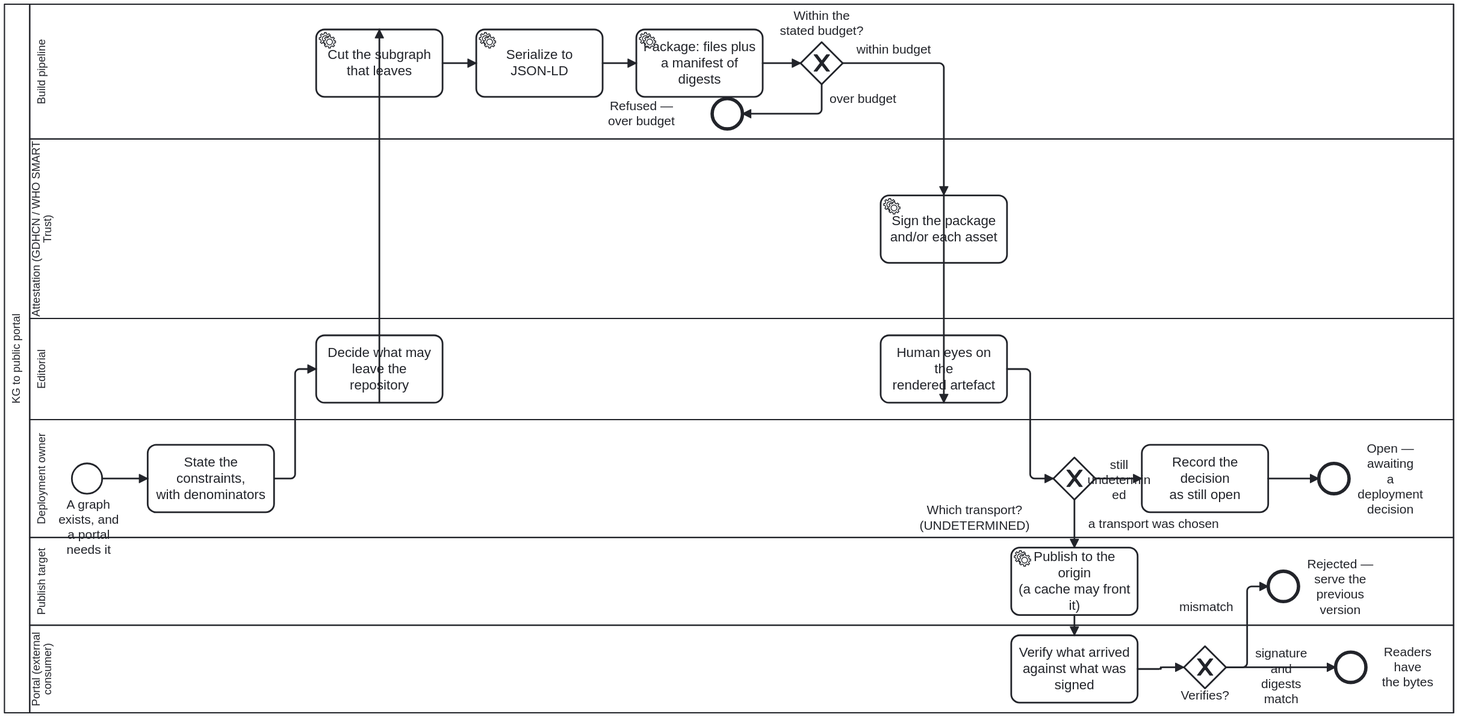
Above: docs/assets/img/workflows/kg-to-portal.svg in litlfred/cat-harness (BPMN), before the change. Its source is kept beside it as processes/kg/kg-to-portal.bpmn. Ids are renumbered.
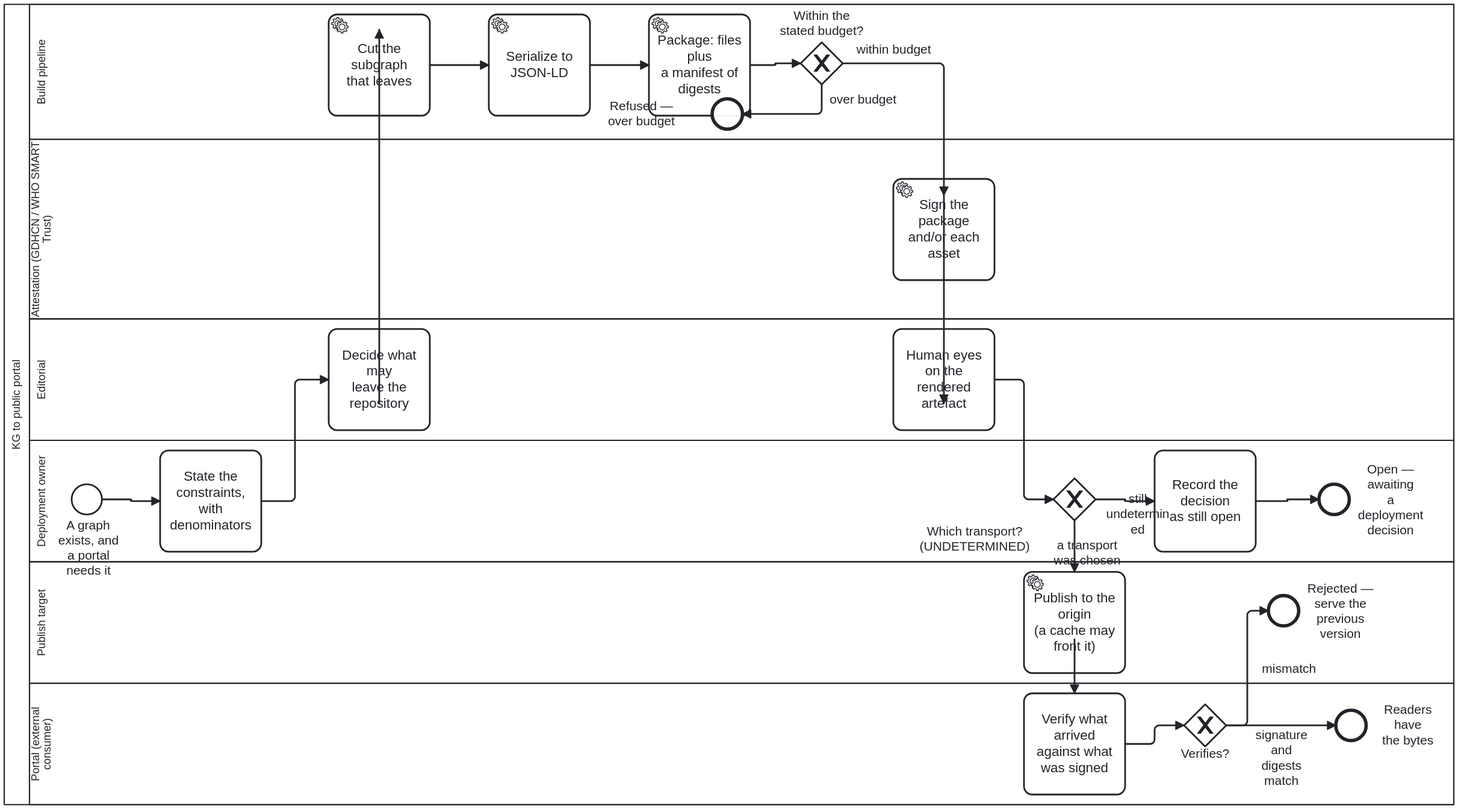
Above is the later version.

Diff of the diagram source:
```diff
@@ -244,54 +244,67 @@
   </bpmn:process>
   <bpmndi:BPMNDiagram id="BPMNDiagram_KgToPortal">
     <bpmndi:BPMNPlane id="BPMNPlane_KgToPortal" bpmnElement="Collaboration_KgToPortal">
-      <bpmndi:BPMNShape id="Participant_KgToPortal_di" bpmnElement="Participant_KgToPortal" isHorizontal="true"><dc:Bounds x="120" y="60" width="1720" height="841" /></bpmndi:BPMNShape>
-      <bpmndi:BPMNShape id="Lane_Editorial_di" bpmnElement="Lane_Editorial" isHorizontal="true"><dc:Bounds x="150" y="433" width="1690" height="120" /></bpmndi:BPMNShape>
-      <bpmndi:BPMNShape id="Lane_Deployment_di" bpmnElement="Lane_Deployment" isHorizontal="true"><dc:Bounds x="150" y="553" width="1690" height="140" /></bpmndi:BPMNShape>
+      <bpmndi:BPMNShape id="Participant_KgToPortal_di" bpmnElement="Participant_KgToPortal" isHorizontal="true"><dc:Bounds x="120" y="60" width="1720" height="949" /></bpmndi:BPMNShape>
+      <bpmndi:BPMNShape id="Lane_Editorial_di" bpmnElement="Lane_Editorial" isHorizontal="true"><dc:Bounds x="150" y="433" width="1690" height="144" /></bpmndi:BPMNShape>
+      <bpmndi:BPMNShape id="Lane_Deployment_di" bpmnElement="Lane_Deployment" isHorizontal="true"><dc:Bounds x="150" y="577" width="1690" height="144" /></bpmndi:BPMNShape>
       <bpmndi:BPMNShape id="Lane_Pipeline_di" bpmnElement="Lane_Pipeline" isHorizontal="true"><dc:Bounds x="150" y="60" width="1690" height="160" /></bpmndi:BPMNShape>
       <bpmndi:BPMNShape id="Lane_Attestation_di" bpmnElement="Lane_Attestation" isHorizontal="true"><dc:Bounds x="150" y="220" width="1690" height="213" /></bpmndi:BPMNShape>
-      <bpmndi:BPMNShape id="Lane_Target_di" bpmnElement="Lane_Target" isHorizontal="true"><dc:Bounds x="150" y="693" width="1690" height="104" /></bpmndi:BPMNShape>
-      <bpmndi:BPMNShape id="Lane_Portal_di" bpmnElement="Lane_Portal" isHorizontal="true"><dc:Bounds x="150" y="797" width="1690" height="104" /></bpmndi:BPMNShape>
-      <bpmndi:BPMNShape id="Start_Graph_di" bpmnElement="Start_Graph"><dc:Bounds x="200" y="605" width="36" height="36" /><bpmndi:BPMNLabel><dc:Bounds x="180" y="645" width="80" height="27" /></bpmndi:BPMNLabel></bpmndi:BPMNShape>
-      <bpmndi:BPMNShape id="D_Constraints_di" bpmnElement="D_Constraints"><dc:Bounds x="290" y="583" width="150" height="80" /></bpmndi:BPMNShape>
-      <bpmndi:BPMNShape id="E_Scope_di" bpmnElement="E_Scope"><dc:Bounds x="490" y="453" width="150" height="80" /></bpmndi:BPMNShape>
-      <bpmndi:BPMNShape id="A_Select_di" bpmnElement="A_Select"><dc:Bounds x="490" y="90" width="150" height="80" /></bpmndi:BPMNShape>
-      <bpmndi:BPMNShape id="A_Serialize_di" bpmnElement="A_Serialize"><dc:Bounds x="680" y="90" width="150" height="80" /></bpmndi:BPMNShape>
-      <bpmndi:BPMNShape id="A_Package_di" bpmnElement="A_Package"><dc:Bounds x="870" y="90" width="150" height="80" /></bpmndi:BPMNShape>
+      <bpmndi:BPMNShape id="Lane_Target_di" bpmnElement="Lane_Target" isHorizontal="true"><dc:Bounds x="150" y="721" width="1690" height="144" /></bpmndi:BPMNShape>
+      <bpmndi:BPMNShape id="Lane_Portal_di" bpmnElement="Lane_Portal" isHorizontal="true"><dc:Bounds x="150" y="865" width="1690" height="144" /></bpmndi:BPMNShape>
+      <bpmndi:BPMNShape id="Start_Graph_di" bpmnElement="Start_Graph"><dc:Bounds x="200" y="629" width="36" height="36" /><bpmndi:BPMNLabel><dc:Bounds x="180" y="669" width="80" height="27" /></bpmndi:BPMNLabel></bpmndi:BPMNShape>
+      <bpmndi:BPMNShape id="D_Constraints_di" bpmnElement="D_Constraints"><dc:Bounds x="305" y="589" width="120" height="120" /></bpmndi:BPMNShape>
+      <bpmndi:BPMNShape id="E_Scope_di" bpmnElement="E_Scope"><dc:Bounds x="505" y="445" width="120" height="120" /></bpmndi:BPMNShape>
+      <bpmndi:BPMNShape id="A_Select_di" bpmnElement="A_Select"><dc:Bounds x="505" y="72" width="120" height="120" /></bpmndi:BPMNShape>
+      <bpmndi:BPMNShape id="A_Serialize_di" bpmnElement="A_Serialize"><dc:Bounds x="695" y="72" width="120" height="120" /></bpmndi:BPMNShape>
+      <bpmndi:BPMNShape id="A_Package_di" bpmnElement="A_Package"><dc:Bounds x="885" y="72" width="120" height="120" /></bpmndi:BPMNShape>
       <bpmndi:BPMNShape id="GW_Budget_di" bpmnElement="GW_Budget" isMarkerVisible="true"><dc:Bounds x="1065" y="105" width="50" height="50" /><bpmndi:BPMNLabel><dc:Bounds x="1030" y="65" width="120" height="36" /></bpmndi:BPMNLabel></bpmndi:BPMNShape>
       <bpmndi:BPMNShape id="End_OverBudget_di" bpmnElement="End_OverBudget"><dc:Bounds x="960" y="172" width="36" height="36" /><bpmndi:BPMNLabel><dc:Bounds x="796" y="172" width="160" height="36" /></bpmndi:BPMNLabel></bpmndi:BPMNShape>
-      <bpmndi:BPMNShape id="S_Sign_di" bpmnElement="S_Sign"><dc:Bounds x="1160" y="286.5" width="150" height="80" /></bpmndi:BPMNShape>
-      <bpmndi:BPMNShape id="E_HumanEyes_di" bpmnElement="E_HumanEyes"><dc:Bounds x="1160" y="453" width="150" height="80" /></bpmndi:BPMNShape>
-      <bpmndi:BPMNShape id="GW_Transport_di" bpmnElement="GW_Transport" isMarkerVisible="true"><dc:Bounds x="1365" y="598" width="50" height="50" /><bpmndi:BPMNLabel><dc:Bounds x="1181" y="652" width="180" height="36" /></bpmndi:BPMNLabel></bpmndi:BPMNShape>
-      <bpmndi:BPMNShape id="D_Undetermined_di" bpmnElement="D_Undetermined"><dc:Bounds x="1470" y="583" width="150" height="80" /></bpmndi:BPMNShape>
-      <bpmndi:BPMNShape id="End_Blocked_di" bpmnElement="End_Blocked"><dc:Bounds x="1680" y="605" width="36" height="36" />
-        <bpmndi:BPMNLabel><dc:Bounds x="1720" y="578.5" width="90" height="89" /></bpmndi:BPMNLabel>
-      </bpmndi:BPMNShape>
-      <bpmndi:BPMNShape id="A_Distribute_di" bpmnElement="A_Distribute"><dc:Bounds x="1315" y="705" width="150" height="80" /></bpmndi:BPMNShape>
-      <bpmndi:BPMNShape id="P_Verify_di" bpmnElement="P_Verify"><dc:Bounds x="1315" y="809" width="150" height="80" /></bpmndi:BPMNShape>
-      <bpmndi:BPMNShape id="GW_Verified_di" bpmnElement="GW_Verified" isMarkerVisible="true"><dc:Bounds x="1520" y="822" width="50" height="50" /></bpmndi:BPMNShape>
-      <bpmndi:BPMNShape id="End_Served_di" bpmnElement="End_Served"><dc:Bounds x="1700" y="829" width="36" height="36" />
-        <bpmndi:BPMNLabel><dc:Bounds x="1740" y="820" width="90" height="54" /></bpmndi:BPMNLabel>
-      </bpmndi:BPMNShape>
-      <bpmndi:BPMNShape id="End_Rejected_di" bpmnElement="End_Rejected"><dc:Bounds x="1620" y="733" width="36" height="36" />
-        <bpmndi:BPMNLabel><dc:Bounds x="1660" y="715.5" width="90" height="71" /></bpmndi:BPMNLabel>
-      </bpmndi:BPMNShape>
+      <bpmndi:BPMNShape id="S_Sign_di" bpmnElement="S_Sign"><dc:Bounds x="1175" y="266.5" width="120" height="120" /></bpmndi:BPMNShape>
+      <bpmndi:BPMNShape id="E_HumanEyes_di" bpmnElement="E_HumanEyes"><dc:Bounds x="1175" y="445" width="120" height="120" /></bpmndi:BPMNShape>
+      <bpmndi:BPMNShape id="GW_Transport_di" bpmnElement="GW_Transport" isMarkerVisible="true"><dc:Bounds x="1365" y="622" width="50" height="50" /><bpmndi:BPMNLabel><dc:Bounds x="1181" y="676" width="180" height="36" /></bpmndi:BPMNLabel></bpmndi:BPMNShape>
+      <bpmndi:BPMNShape id="D_Undetermined_di" bpmnElement="D_Undetermined"><dc:Bounds x="1485" y="589" width="120" height="120" /></bpmndi:BPMNShape>
+      <bpmndi:BPMNShape id="End_Blocked_di" bpmnElement="End_Blocked"><dc:Bounds x="1680" y="629" width="36" height="36" />
+
+      <bpmndi:BPMNLabel><dc:Bounds x="1720" y="602.5" width="90" height="89" /></bpmndi:BPMNLabel></bpmndi:BPMNShape>
+      <bpmndi:BPMNShape id="A_Distribute_di" bpmnElement="A_Distribute"><dc:Bounds x="1330" y="733" width="120" height="120" /></bpmndi:BPMNShape>
+      <bpmndi:BPMNShape id="P_Verify_di" bpmnElement="P_Verify"><dc:Bounds x="1330" y="877" width="120" height="120" /></bpmndi:BPMNShape>
+      <bpmndi:BPMNShape id="GW_Verified_di" bpmnElement="GW_Verified" isMarkerVisible="true"><dc:Bounds x="1520" y="890" width="50" height="50" /></bpmndi:BPMNShape>
+      <bpmndi:BPMNShape id="End_Served_di" bpmnElement="End_Served"><dc:Bounds x="1700" y="897" width="36" height="36" />
+
+      <bpmndi:BPMNLabel><dc:Bounds x="1740" y="888" width="90" height="54" /></bpmndi:BPMNLabel></bpmndi:BPMNShape>
+      <bpmndi:BPMNShape id="End_Rejected_di" bpmnElement="End_Rejected"><dc:Bounds x="1620" y="761" width="36" height="36" />
+
+      <bpmndi:BPMNLabel><dc:Bounds x="1660" y="743.5" width="90" height="71" /></bpmndi:BPMNLabel></bpmndi:BPMNShape>
       <bpmndi:BPMNEdge id="F1_di" bpmnElement="F1">
-        <di:waypoint x="236" y="623" />
-        <di:waypoint x="290" y="623" />
+        <di:waypoint x="236" y="647" />
+        <di:waypoint x="270.5" y="647" />
+        <di:waypoint x="270.5" y="649" />
+        <di:waypoint x="305" y="649" />
       </bpmndi:BPMNEdge>
       <bpmndi:BPMNEdge id="F2_di" bpmnElement="F2">
-        <di:waypoint x="440" y="623" />
-        <di:waypoint x="465" y="623" />
-        <di:waypoint x="465" y="493" />
-        <di:waypoint x="490" y="493" />
+        <di:waypoint x="425" y="649" />
+        <di:waypoint x="465" y="649" />
+        <di:waypoint x="465" y="505" />
+        <di:waypoint x="505" y="505" />
       </bpmndi:BPMNEdge>
       <bpmndi:BPMNEdge id="F3_di" bpmnElement="F3">
         <di:waypoint x="565" y="533" />
         <di:waypoint x="565" y="90" />
       </bpmndi:BPMNEdge>
-      <bpmndi:BPMNEdge id="F4_di" bpmnElement="F4"><di:waypoint x="640" y="130" /><di:waypoint x="680" y="130" /></bpmndi:BPMNEdge>
-      <bpmndi:BPMNEdge id="F5_di" bpmnElement="F5"><di:waypoint x="830" y="130" /><di:waypoint x="870" y="130" /></bpmndi:BPMNEdge>
-      <bpmndi:BPMNEdge id="F6_di" bpmnElement="F6"><di:waypoint x="1020" y="130" /><di:waypoint x="1065" y="130" /></bpmndi:BPMNEdge>
+      <bpmndi:BPMNEdge id="F4_di" bpmnElement="F4">
+        <di:waypoint x="625" y="132" />
+        <di:waypoint x="695" y="132" />
+      </bpmndi:BPMNEdge>
+      <bpmndi:BPMNEdge id="F5_di" bpmnElement="F5">
+        <di:waypoint x="815" y="132" />
+        <di:waypoint x="885" y="132" />
+      </bpmndi:BPMNEdge>
+      <bpmndi:BPMNEdge id="F6_di" bpmnElement="F6">
+        <di:waypoint x="1005" y="132" />
+        <di:waypoint x="1035" y="132" />
+        <di:waypoint x="1035" y="130" />
+        <di:waypoint x="1065" y="130" />
+      </bpmndi:BPMNEdge>
       <bpmndi:BPMNEdge id="F7_di" bpmnElement="F7">
         <di:waypoint x="1115" y="130" />
         <di:waypoint x="1235" y="130" />
@@ -305,44 +318,48 @@
         <di:waypoint x="1235" y="533" />
       </bpmndi:BPMNEdge>
       <bpmndi:BPMNEdge id="F10_di" bpmnElement="F10">
-        <di:waypoint x="1310" y="493" />
-        <di:waypoint x="1337.5" y="493" />
-        <di:waypoint x="1337.5" y="623" />
-        <di:waypoint x="1365" y="623" />
+        <di:waypoint x="1295" y="505" />
+        <di:waypoint x="1330" y="505" />
+        <di:waypoint x="1330" y="647" />
+        <di:waypoint x="1365" y="647" />
       </bpmndi:BPMNEdge>
       <bpmndi:BPMNEdge id="F11_di" bpmnElement="F11">
-        <di:waypoint x="1390" y="648" />
-        <di:waypoint x="1390" y="705" />
-        <bpmndi:BPMNLabel><dc:Bounds x="1394" y="667.5" width="180" height="18" /></bpmndi:BPMNLabel>
+        <di:waypoint x="1390" y="672" />
+        <di:waypoint x="1390" y="733" />
       </bpmndi:BPMNEdge>
       <bpmndi:BPMNEdge id="F12_di" bpmnElement="F12">
-        <di:waypoint x="1415" y="623" />
-        <di:waypoint x="1470" y="623" />
+        <di:waypoint x="1415" y="647" />
+        <di:waypoint x="1450" y="647" />
+        <di:waypoint x="1450" y="649" />
+        <di:waypoint x="1485" y="649" />
       </bpmndi:BPMNEdge>
       <bpmndi:BPMNEdge id="F13_di" bpmnElement="F13">
-        <di:waypoint x="1620" y="623" />
-        <di:waypoint x="1680" y="623" />
+        <di:waypoint x="1605" y="649" />
+        <di:waypoint x="1642.5" y="649" />
+        <di:waypoint x="1642.5" y="647" />
+        <di:waypoint x="1680" y="647" />
       </bpmndi:BPMNEdge>
       <bpmndi:BPMNEdge id="F14_di" bpmnElement="F14">
-        <di:waypoint x="1390" y="785" />
-        <di:waypoint x="1390" y="809" />
+        <di:waypoint x="1390" y="813" />
+        <di:waypoint x="1390" y="877" />
       </bpmndi:BPMNEdge>
       <bpmndi:BPMNEdge id="F15_di" bpmnElement="F15">
-        <di:waypoint x="1465" y="849" />
-        <di:waypoint x="1492.5" y="849" />
-        <di:waypoint x="1492.5" y="847" />
-        <di:waypoint x="1520" y="847" />
+        <di:waypoint x="1450" y="937" />
+        <di:waypoint x="1485" y="937" />
+        <di:waypoint x="1485" y="915" />
+        <di:waypoint x="1520" y="915" />
       </bpmndi:BPMNEdge>
       <bpmndi:BPMNEdge id="F16_di" bpmnElement="F16">
-        <di:waypoint x="1570" y="847" />
-        <di:waypoint x="1700" y="847" />
+        <di:waypoint x="1570" y="915" />
+        <di:waypoint x="1700" y="915" />
+        <bpmndi:BPMNLabel><dc:Bounds x="1590" y="918" width="90" height="71" /></bpmndi:BPMNLabel>
       </bpmndi:BPMNEdge>
       <bpmndi:BPMNEdge id="F17_di" bpmnElement="F17">
-        <di:waypoint x="1570" y="847" />
-        <di:waypoint x="1595" y="847" />
-        <di:waypoint x="1595" y="751" />
-        <di:waypoint x="1620" y="751" />
-        <bpmndi:BPMNLabel><dc:Bounds x="1501" y="766.5" width="90" height="17" /></bpmndi:BPMNLabel>
+        <di:waypoint x="1570" y="915" />
+        <di:waypoint x="1595" y="915" />
+        <di:waypoint x="1595" y="779" />
+        <di:waypoint x="1620" y="779" />
+        <bpmndi:BPMNLabel><dc:Bounds x="1599" y="838.5" width="90" height="17" /></bpmndi:BPMNLabel>
       </bpmndi:BPMNEdge>
     </bpmndi:BPMNPlane>
   </bpmndi:BPMNDiagram>
```
